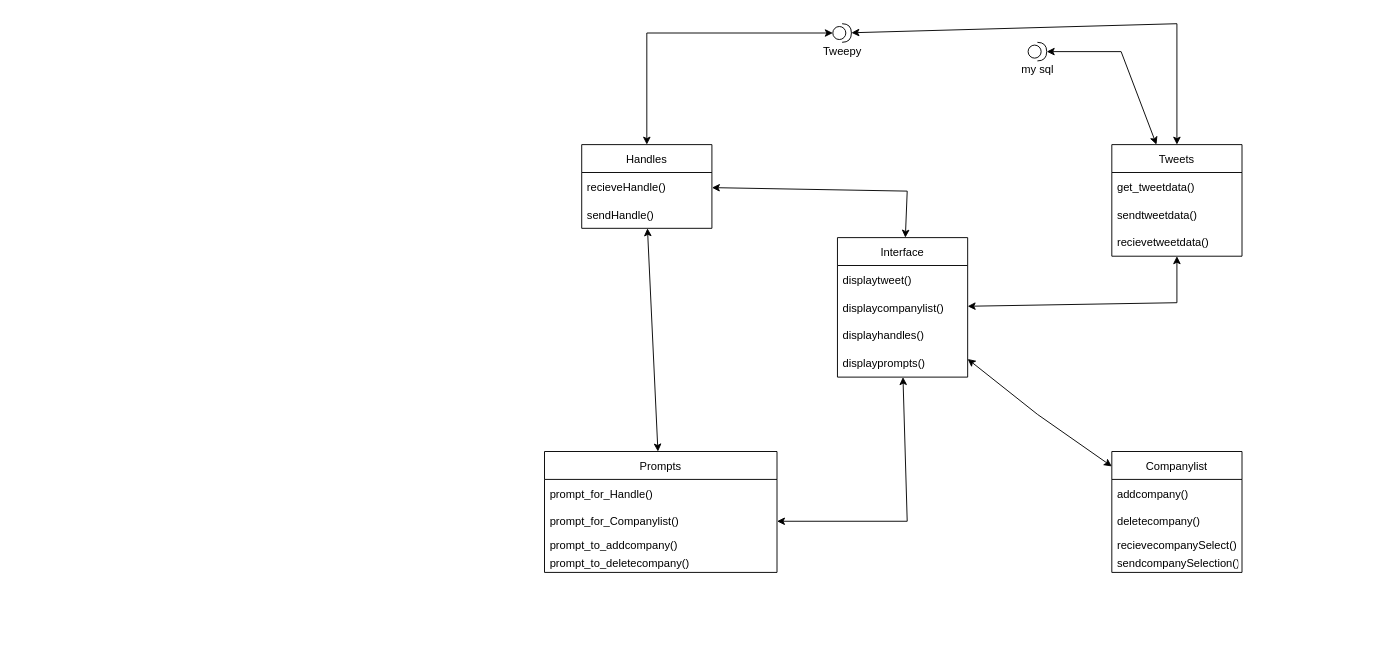
Before: uml/Interface diagram.drawio in agarcia169/4306-Donaldson-Project, a draw.io diagram. Source tidied: cells renumbered, new cells numbered last; positions are measured from the earlier drawing's top-left corner, leaving out a move shared by most shapes. Both pictures are drawn from the tidied source at 93%, with x=0, y=0 at pixel (544, 23).
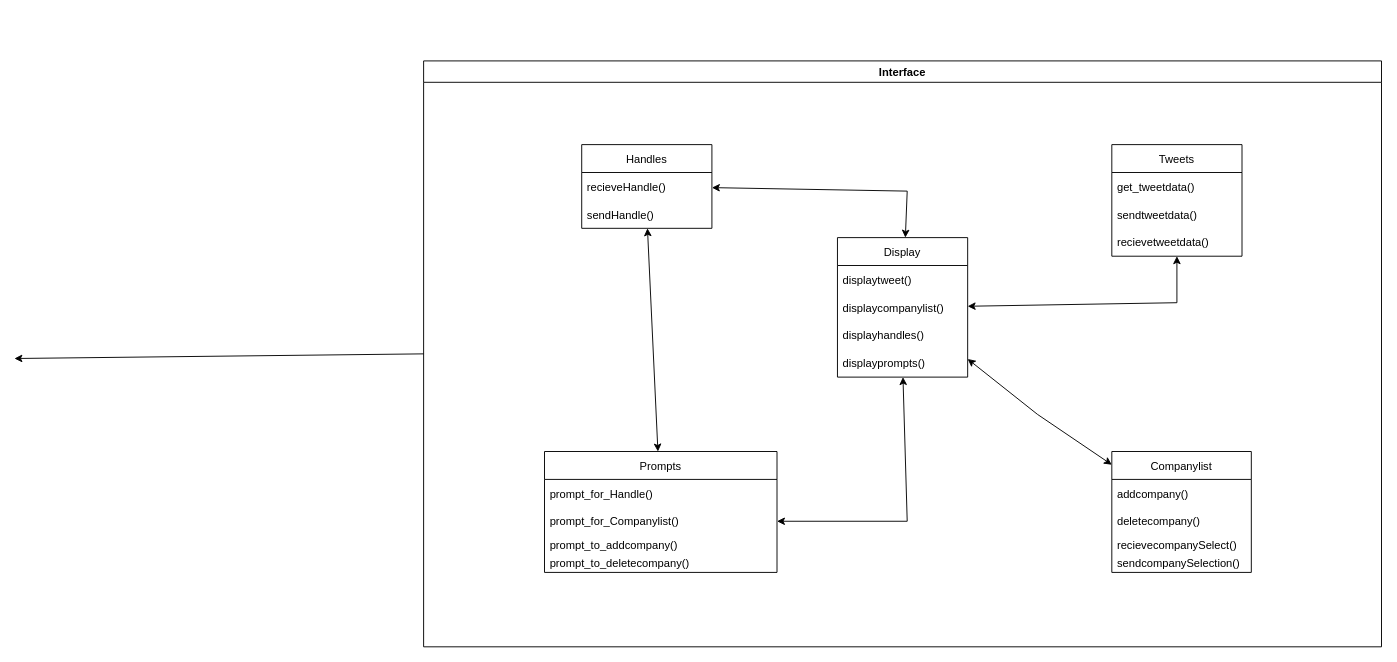
The same diagram, later.

Unchanged cells that the change refers to:
```xml
<mxCell id="2" value="Handles" style="swimlane;fontStyle=0;horizontal=1;startSize=30;" parent="1" vertex="1">
  <mxGeometry x="40" y="130" width="140" height="90" as="geometry" />
</mxCell>
<mxCell id="5" value="Tweets" style="swimlane;fontStyle=0;horizontal=1;startSize=30;" parent="1" vertex="1">
  <mxGeometry x="610" y="130" width="140" height="120" as="geometry" />
</mxCell>
```

The edit, as a diff of the source:
```diff
@@
-<mxGraphModel>
+<mxGraphModel background="#FFFFFF">
@@
     <mxCell id="14" value="Companylist" style="swimlane;fontStyle=0;horizontal=1;startSize=30;" parent="1" vertex="1">
-      <mxGeometry x="610" y="460" width="140" height="130" as="geometry" />
+      <mxGeometry x="610" y="460" width="150" height="130" as="geometry" />
     </mxCell>
     <mxCell id="15" value="addcompany()" style="text;strokeColor=none;fillColor=none;align=left;verticalAlign=middle;spacingLeft=4;spacingRight=4;overflow=hidden;" parent="14" vertex="1">
-      <mxGeometry y="30" width="140" height="30" as="geometry" />
+      <mxGeometry y="30" width="150" height="30" as="geometry" />
     </mxCell>
     <mxCell id="16" value="deletecompany()" style="text;strokeColor=none;fillColor=none;align=left;verticalAlign=middle;spacingLeft=4;spacingRight=4;overflow=hidden;" parent="14" vertex="1">
-      <mxGeometry y="60" width="140" height="30" as="geometry" />
+      <mxGeometry y="60" width="150" height="30" as="geometry" />
     </mxCell>
     <mxCell id="17" value="recievecompanySelect()" style="text;strokeColor=none;fillColor=none;align=left;verticalAlign=middle;spacingLeft=4;spacingRight=4;overflow=hidden;" parent="14" vertex="1">
-      <mxGeometry y="90" width="140" height="20" as="geometry" />
+      <mxGeometry y="90" width="150" height="20" as="geometry" />
     </mxCell>
     <mxCell id="18" value="sendcompanySelection()" style="text;strokeColor=none;fillColor=none;align=left;verticalAlign=middle;spacingLeft=4;spacingRight=4;overflow=hidden;" parent="14" vertex="1">
-      <mxGeometry y="110" width="140" height="20" as="geometry" />
+      <mxGeometry y="110" width="150" height="20" as="geometry" />
     </mxCell>
-    <mxCell id="19" value="Interface" style="swimlane;fontStyle=0;horizontal=1;startSize=30;" parent="1" vertex="1">
+    <mxCell id="19" value="Display" style="swimlane;fontStyle=0;horizontal=1;startSize=30;" parent="1" vertex="1">
       <mxGeometry x="315" y="230" width="140" height="150" as="geometry" />
     </mxCell>
@@
-    <mxCell id="24" value="my sql" style="shape=providedRequiredInterface;html=1;verticalLabelPosition=bottom;sketch=0;" parent="1" vertex="1">
-      <mxGeometry x="520" y="20" width="20" height="20" as="geometry" />
-    </mxCell>
-    <mxCell id="25" value="Tweepy" style="shape=providedRequiredInterface;html=1;verticalLabelPosition=bottom;sketch=0;" parent="1" vertex="1">
-      <mxGeometry x="310" width="20" height="20" as="geometry" />
-    </mxCell>
@@
-    <mxCell id="29" style="endArrow=classic;startArrow=classic;html=1;rounded=0;" parent="1" edge="1" source="2" target="25">
-      <mxGeometry relative="1" as="geometry">
-        <Array as="points">
-          <mxPoint x="110" y="10" />
-        </Array>
-      </mxGeometry>
-    </mxCell>
-    <mxCell id="30" style="endArrow=classic;startArrow=classic;html=1;rounded=0;" parent="1" edge="1" source="5" target="25">
-      <mxGeometry relative="1" as="geometry">
-        <Array as="points">
-          <mxPoint x="680" />
-        </Array>
-      </mxGeometry>
-    </mxCell>
-    <mxCell id="31" style="endArrow=classic;startArrow=classic;html=1;rounded=0;exitX=0.343;exitY=0;exitDx=0;exitDy=0;exitPerimeter=0;" parent="1" edge="1" source="5" target="24">
-      <mxGeometry relative="1" as="geometry">
-        <Array as="points">
-          <mxPoint x="620" y="30" />
-        </Array>
-      </mxGeometry>
-    </mxCell>
@@
+    <mxCell id="34" value="Interface" style="swimlane;" parent="1" vertex="1">
+      <mxGeometry x="-130" y="40" width="1030" height="630" as="geometry" />
+    </mxCell>
+    <mxCell id="35" style="endArrow=classic;html=1;rounded=0;exitX=0;exitY=0.5;exitDx=0;exitDy=0;" parent="1" edge="1" source="34">
+      <mxGeometry relative="1" as="geometry">
+        <mxPoint x="-570" y="360" as="targetPoint" />
+      </mxGeometry>
+    </mxCell>
```
